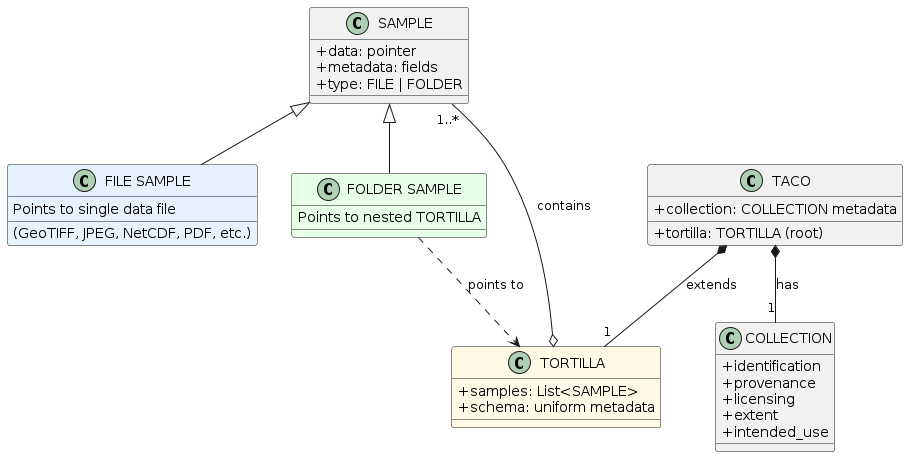
tacofoundation/tacofoundation.github.io keeps this PlantUML diagram as docs/public/image/datamodel.png. Above is the earlier version.
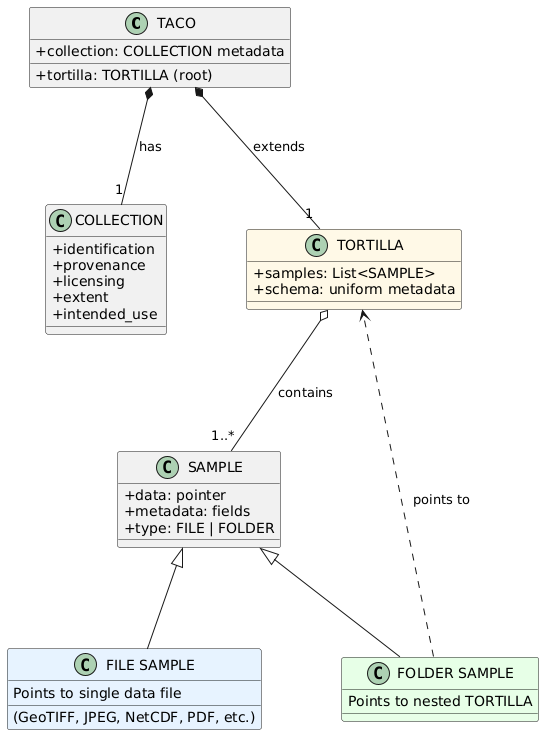
Later version of the same file.

Diff of the diagram source:
```diff
@@ -6,6 +6,32 @@
 skinparam backgroundColor white
 skinparam shadowing false
 skinparam classAttributeIconSize 0
+skinparam nodesep 80
+skinparam ranksep 100
+
+top to bottom direction
+
+class TACO {
+  + tortilla: TORTILLA (root)
+  + collection: COLLECTION metadata
+}
+
+class COLLECTION {
+  + identification
+  + provenance
+  + licensing
+  + extent
+  + intended_use
+}
+
+TACO *-- "1" COLLECTION : has
+
+class TORTILLA LIGHTYELLOW {
+  + samples: List<SAMPLE>
+  + schema: uniform metadata
+}
+
+TACO *-- "1" TORTILLA : extends
 
 class SAMPLE {
   + data: pointer
@@ -22,31 +48,9 @@
   Points to nested TORTILLA
 }
 
-class TORTILLA LIGHTYELLOW {
-  + samples: List<SAMPLE>
-  + schema: uniform metadata
-}
-
-class TACO {
-  + tortilla: TORTILLA (root)
-  + collection: COLLECTION metadata
-}
-
-class COLLECTION {
-  + identification
-  + provenance
-  + licensing
-  + extent
-  + intended_use
-}
-
 SAMPLE <|-- FileSample
 SAMPLE <|-- FolderSample
 
 TORTILLA o-- "1..*" SAMPLE : contains
-
 FolderSample ..> TORTILLA : points to
-
-TACO *-- "1" TORTILLA : extends
-TACO *-- "1" COLLECTION : has
 @enduml
```
